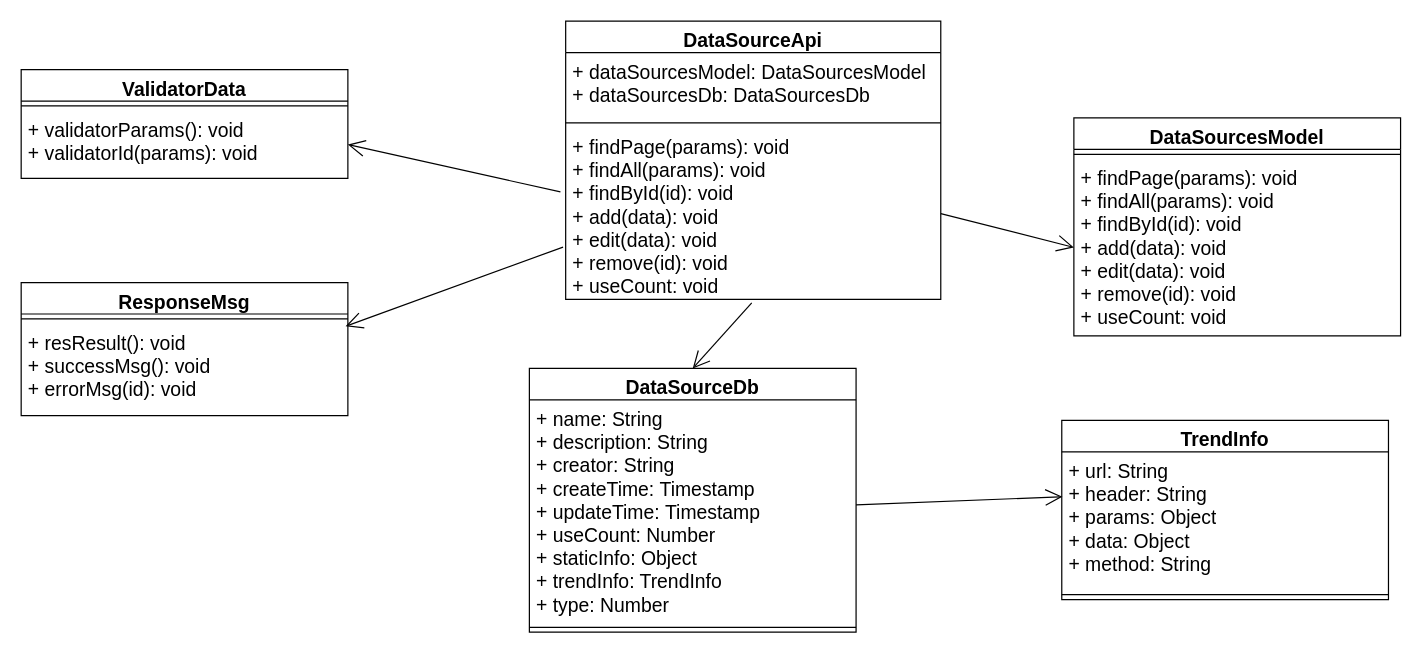
Before: 第五章/数据源类图.drawio in yuxinyu12345/diagrams, a draw.io diagram. Source tidied: cells renumbered, new cells numbered last; positions are measured from the earlier drawing's top-left corner, leaving out a move shared by most shapes. Both pictures are drawn from the tidied source at 121%, with x=0, y=0 at pixel (21, 21).
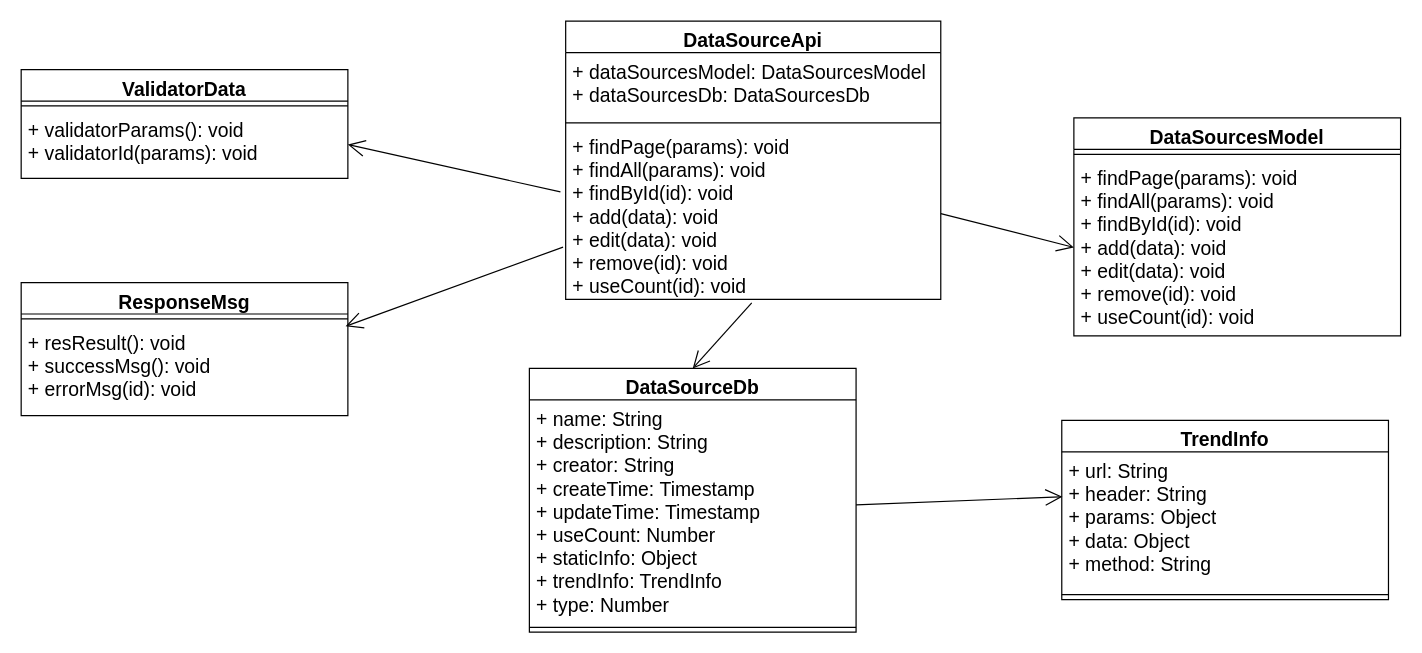
Above is the later version.

Commit message:
更新数据源类图.drawio

Unchanged cells that the change refers to:
```xml
<mxCell id="2" value="DataSourceApi" style="swimlane;fontStyle=1;align=center;verticalAlign=top;horizontal=1;startSize=26;whiteSpace=wrap;html=1;fontSize=16;" parent="1" vertex="1">
  <mxGeometry x="450" width="310" height="230" as="geometry" />
</mxCell>
<mxCell id="6" value="DataSourcesModel" style="swimlane;fontStyle=1;align=center;verticalAlign=top;horizontal=1;startSize=26;whiteSpace=wrap;html=1;fontSize=16;" parent="1" vertex="1">
  <mxGeometry x="870" y="80" width="270" height="180" as="geometry" />
</mxCell>
```

Change to the diagram source:
```diff
@@
-    <mxCell id="5" value="+ findPage(params): void&lt;br style=&quot;font-size: 16px;&quot;&gt;+ findAll(params): void&lt;br style=&quot;font-size: 16px;&quot;&gt;+ findById(id): void&lt;br style=&quot;font-size: 16px;&quot;&gt;+ add(data): void&lt;br style=&quot;font-size: 16px;&quot;&gt;+ edit(data): void&lt;br style=&quot;font-size: 16px;&quot;&gt;+ remove(id): void&lt;div&gt;+ useCount: void&lt;/div&gt;" style="text;strokeColor=none;fillColor=none;align=left;verticalAlign=top;spacingLeft=4;spacingRight=4;overflow=hidden;points=[[0,0.5],[1,0.5]];portConstraint=eastwest;whiteSpace=wrap;html=1;fontSize=16;" parent="2" vertex="1">
+    <mxCell id="5" value="+ findPage(params): void&lt;br style=&quot;font-size: 16px;&quot;&gt;+ findAll(params): void&lt;br style=&quot;font-size: 16px;&quot;&gt;+ findById(id): void&lt;br style=&quot;font-size: 16px;&quot;&gt;+ add(data): void&lt;br style=&quot;font-size: 16px;&quot;&gt;+ edit(data): void&lt;br style=&quot;font-size: 16px;&quot;&gt;+ remove(id): void&lt;div&gt;+ useCount(id): void&lt;/div&gt;" style="text;strokeColor=none;fillColor=none;align=left;verticalAlign=top;spacingLeft=4;spacingRight=4;overflow=hidden;points=[[0,0.5],[1,0.5]];portConstraint=eastwest;whiteSpace=wrap;html=1;fontSize=16;" parent="2" vertex="1">
       <mxGeometry y="88" width="310" height="142" as="geometry" />
     </mxCell>
@@
-    <mxCell id="8" value="+ findPage(params): void&lt;br style=&quot;font-size: 16px;&quot;&gt;+ findAll(params): void&lt;br style=&quot;font-size: 16px;&quot;&gt;+ findById(id): void&lt;br style=&quot;font-size: 16px;&quot;&gt;+ add(data): void&lt;br style=&quot;font-size: 16px;&quot;&gt;+ edit(data): void&lt;br style=&quot;font-size: 16px;&quot;&gt;+ remove(id): void&lt;div&gt;+ useCount: void&lt;br&gt;&lt;/div&gt;" style="text;strokeColor=none;fillColor=none;align=left;verticalAlign=top;spacingLeft=4;spacingRight=4;overflow=hidden;points=[[0,0.5],[1,0.5]];portConstraint=eastwest;whiteSpace=wrap;html=1;fontSize=16;" parent="6" vertex="1">
+    <mxCell id="8" value="+ findPage(params): void&lt;br style=&quot;font-size: 16px;&quot;&gt;+ findAll(params): void&lt;br style=&quot;font-size: 16px;&quot;&gt;+ findById(id): void&lt;br style=&quot;font-size: 16px;&quot;&gt;+ add(data): void&lt;br style=&quot;font-size: 16px;&quot;&gt;+ edit(data): void&lt;br style=&quot;font-size: 16px;&quot;&gt;+ remove(id): void&lt;div&gt;+ useCount(id): void&lt;br&gt;&lt;/div&gt;" style="text;strokeColor=none;fillColor=none;align=left;verticalAlign=top;spacingLeft=4;spacingRight=4;overflow=hidden;points=[[0,0.5],[1,0.5]];portConstraint=eastwest;whiteSpace=wrap;html=1;fontSize=16;" parent="6" vertex="1">
       <mxGeometry y="34" width="270" height="146" as="geometry" />
     </mxCell>
```
